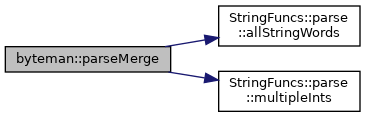
Before: classbyteman_a012f7c0279dac10df52f2e7927a8bfef_cgraph.png, a diagram exported from Graphviz (FPGA-Research-Manchester/byteman). Its source is kept beside it as classbyteman_a012f7c0279dac10df52f2e7927a8bfef_cgraph.dot. Source of this version:
```dot
digraph "byteman::parseMerge"
{
  edge [fontname="Helvetica",fontsize="10",labelfontname="Helvetica",labelfontsize="10"];
  node [fontname="Helvetica",fontsize="10",shape=record];
  rankdir="LR";
  Node1 [label="byteman::parseMerge",height=0.2,width=0.4,color="black", fillcolor="grey75", style="filled", fontcolor="black",tooltip=" "];
  Node1 -> Node2 [color="midnightblue",fontsize="10",style="solid",fontname="Helvetica"];
  Node2 [label="StringFuncs::parse\l::allStringWords",height=0.2,width=0.4,color="black", fillcolor="white", style="filled",URL="$namespaceStringFuncs_1_1parse.html#aca49dfabfcccdb107bf1769a2ced8d7f",tooltip=" "];
  Node1 -> Node3 [color="midnightblue",fontsize="10",style="solid",fontname="Helvetica"];
  Node3 [label="StringFuncs::parse\l::multipleInts",height=0.2,width=0.4,color="black", fillcolor="white", style="filled",URL="$namespaceStringFuncs_1_1parse.html#a1fdd2658af3f1bb42e177f4171f6e616",tooltip=" "];
}
```
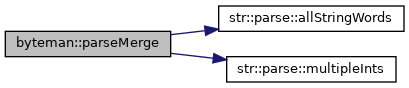
After the commit.

Diff of the diagram source:
```diff
@@ -5,7 +5,7 @@
   rankdir="LR";
   Node1 [label="byteman::parseMerge",height=0.2,width=0.4,color="black", fillcolor="grey75", style="filled", fontcolor="black",tooltip=" "];
   Node1 -> Node2 [color="midnightblue",fontsize="10",style="solid",fontname="Helvetica"];
-  Node2 [label="StringFuncs::parse\l::allStringWords",height=0.2,width=0.4,color="black", fillcolor="white", style="filled",URL="$namespaceStringFuncs_1_1parse.html#aca49dfabfcccdb107bf1769a2ced8d7f",tooltip=" "];
+  Node2 [label="str::parse::allStringWords",height=0.2,width=0.4,color="black", fillcolor="white", style="filled",URL="$namespacestr_1_1parse.html#a0b2fd42b74ce3f482b4f1ece5f24881e",tooltip=" "];
   Node1 -> Node3 [color="midnightblue",fontsize="10",style="solid",fontname="Helvetica"];
-  Node3 [label="StringFuncs::parse\l::multipleInts",height=0.2,width=0.4,color="black", fillcolor="white", style="filled",URL="$namespaceStringFuncs_1_1parse.html#a1fdd2658af3f1bb42e177f4171f6e616",tooltip=" "];
+  Node3 [label="str::parse::multipleInts",height=0.2,width=0.4,color="black", fillcolor="white", style="filled",URL="$namespacestr_1_1parse.html#a9f14cc7345a3fc0591a6afaf8033e6d1",tooltip=" "];
 }
```
